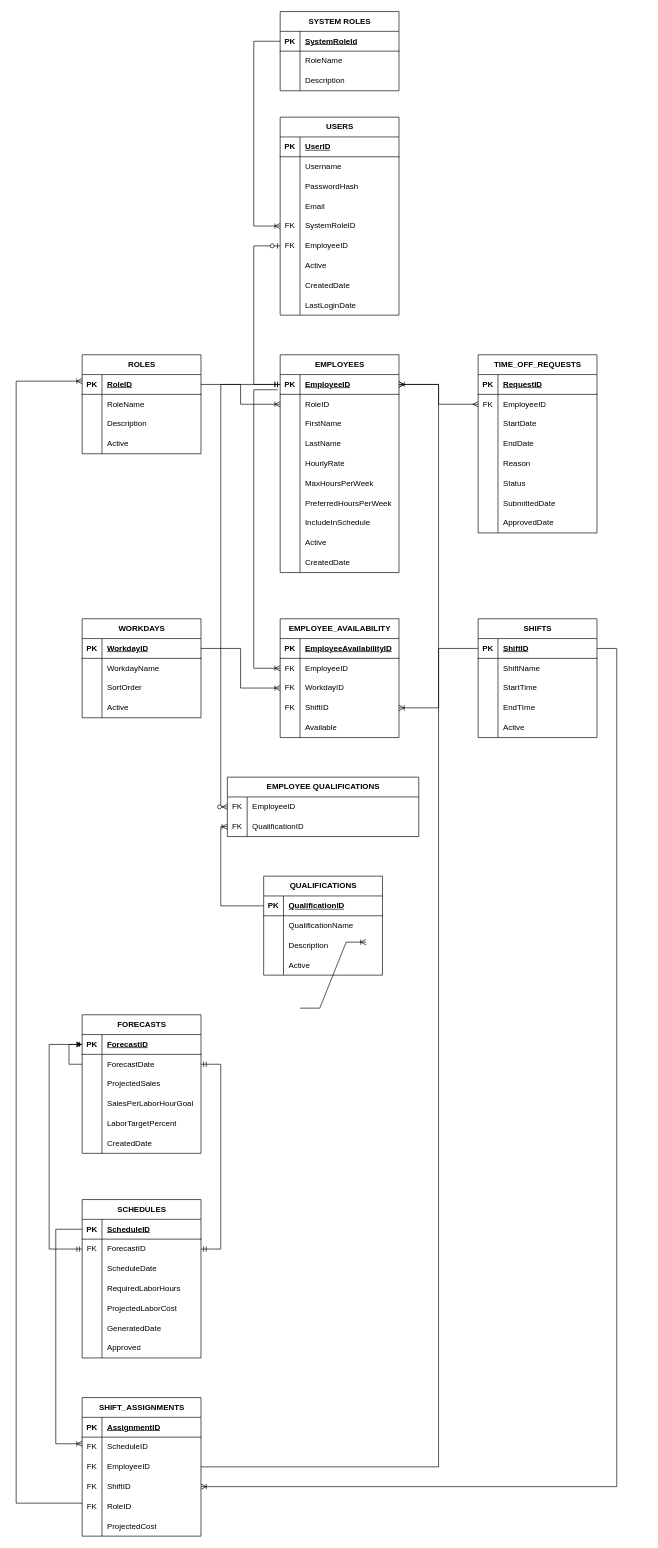
This is WorkforceIQ_ERD_draft.drawio from mdavis1259/WorkforceIQ, a draw.io file, before an edit. Source tidied: cells renumbered, new cells numbered last; positions are measured from the earlier drawing's top-left corner, leaving out a move shared by most shapes. Both pictures are drawn from the tidied source at 66%, with x=0, y=0 at pixel (16, 11).
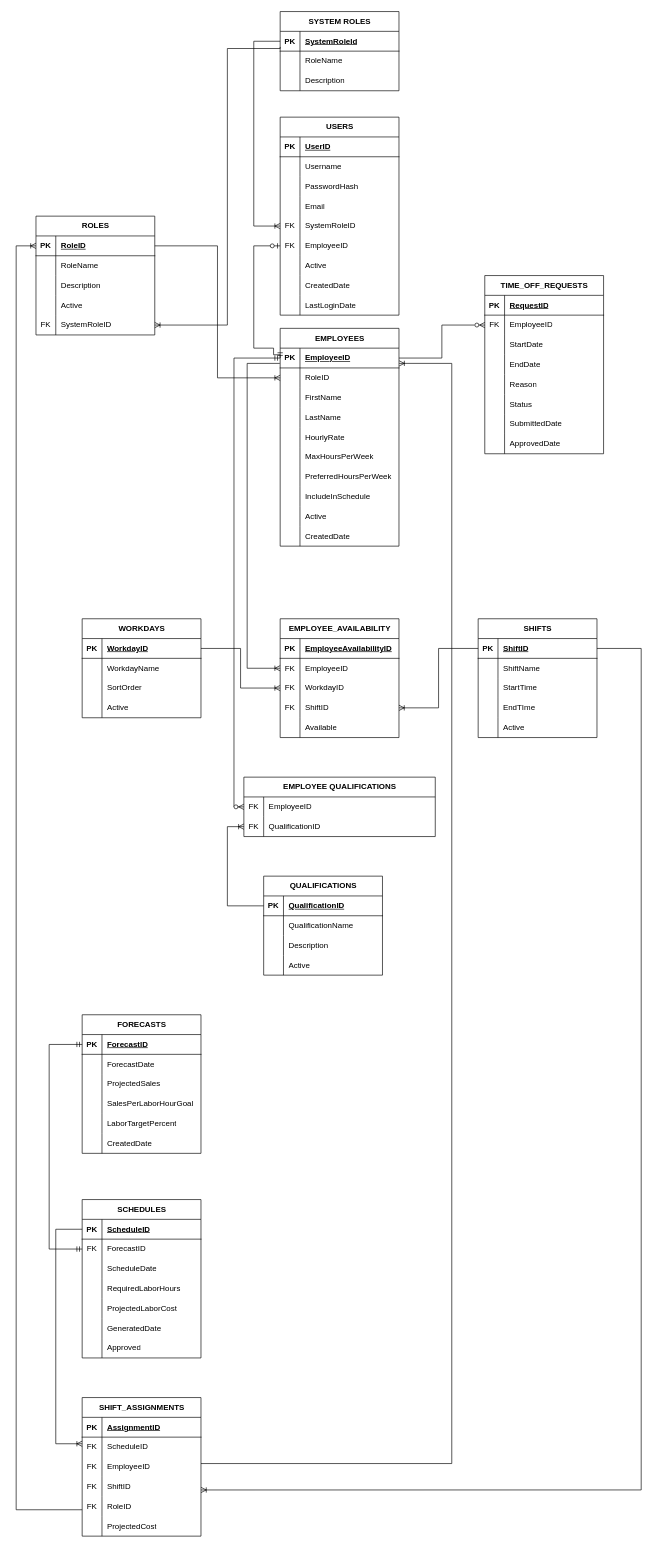
The same page after the edit.

Unchanged cells that the change refers to:
```xml
<mxCell id="3" style="shape=tableRow;horizontal=0;startSize=0;swimlaneHead=0;swimlaneBody=0;fillColor=none;points=[[0,0.5],[1,0.5]];portConstraint=eastwest;top=0;left=0;right=0;bottom=1;" parent="2" vertex="1">
  <mxGeometry y="30" width="180" height="30" as="geometry" />
</mxCell>
<mxCell id="29" style="shape=tableRow;horizontal=0;startSize=0;swimlaneHead=0;swimlaneBody=0;fillColor=none;points=[[0,0.5],[1,0.5]];portConstraint=eastwest;top=0;left=0;right=0;bottom=0;" parent="13" vertex="1">
  <mxGeometry y="180" width="180" height="30" as="geometry" />
</mxCell>
<mxCell id="42" style="shape=tableRow;horizontal=0;startSize=0;swimlaneHead=0;swimlaneBody=0;fillColor=none;points=[[0,0.5],[1,0.5]];portConstraint=eastwest;top=0;left=0;right=0;bottom=1;" parent="41" vertex="1">
  <mxGeometry y="30" width="180" height="30" as="geometry" />
</mxCell>
<mxCell id="55" style="shape=tableRow;horizontal=0;startSize=0;swimlaneHead=0;swimlaneBody=0;fillColor=none;points=[[0,0.5],[1,0.5]];portConstraint=eastwest;top=0;left=0;right=0;bottom=1;" parent="54" vertex="1">
  <mxGeometry y="30" width="180" height="30" as="geometry" />
</mxCell>
<mxCell id="89" style="shape=tableRow;horizontal=0;startSize=0;swimlaneHead=0;swimlaneBody=0;fillColor=none;points=[[0,0.5],[1,0.5]];portConstraint=eastwest;top=0;left=0;right=0;bottom=0;" parent="85" vertex="1">
  <mxGeometry y="60" width="180" height="30" as="geometry" />
</mxCell>
<mxCell id="127" style="shape=tableRow;horizontal=0;startSize=0;swimlaneHead=0;swimlaneBody=0;fillColor=none;points=[[0,0.5],[1,0.5]];portConstraint=eastwest;top=0;left=0;right=0;bottom=0;" parent="123" vertex="1">
  <mxGeometry y="60" width="180" height="30" as="geometry" />
</mxCell>
<mxCell id="140" style="shape=tableRow;horizontal=0;startSize=0;swimlaneHead=0;swimlaneBody=0;fillColor=none;points=[[0,0.5],[1,0.5]];portConstraint=eastwest;top=0;left=0;right=0;bottom=1;" parent="139" vertex="1">
  <mxGeometry y="30" width="180" height="30" as="geometry" />
</mxCell>
<mxCell id="156" style="shape=tableRow;horizontal=0;startSize=0;swimlaneHead=0;swimlaneBody=0;fillColor=none;points=[[0,0.5],[1,0.5]];portConstraint=eastwest;top=0;left=0;right=0;bottom=0;" parent="155" vertex="1">
  <mxGeometry y="30" width="290" height="30" as="geometry" />
</mxCell>
<mxCell id="159" style="shape=tableRow;horizontal=0;startSize=0;swimlaneHead=0;swimlaneBody=0;fillColor=none;points=[[0,0.5],[1,0.5]];portConstraint=eastwest;top=0;left=0;right=0;bottom=0;" parent="155" vertex="1">
  <mxGeometry y="60" width="290" height="30" as="geometry" />
</mxCell>
<mxCell id="163" style="shape=tableRow;horizontal=0;startSize=0;swimlaneHead=0;swimlaneBody=0;fillColor=none;points=[[0,0.5],[1,0.5]];portConstraint=eastwest;top=0;left=0;right=0;bottom=1;" parent="162" vertex="1">
  <mxGeometry y="30" width="180" height="30" as="geometry" />
</mxCell>
<mxCell id="176" style="shape=tableRow;horizontal=0;startSize=0;swimlaneHead=0;swimlaneBody=0;fillColor=none;points=[[0,0.5],[1,0.5]];portConstraint=eastwest;top=0;left=0;right=0;bottom=1;" parent="175" vertex="1">
  <mxGeometry y="30" width="180" height="30" as="geometry" />
</mxCell>
<mxCell id="179" style="shape=tableRow;horizontal=0;startSize=0;swimlaneHead=0;swimlaneBody=0;fillColor=none;points=[[0,0.5],[1,0.5]];portConstraint=eastwest;top=0;left=0;right=0;bottom=0;" parent="175" vertex="1">
  <mxGeometry y="60" width="180" height="30" as="geometry" />
</mxCell>
<mxCell id="198" style="shape=tableRow;horizontal=0;startSize=0;swimlaneHead=0;swimlaneBody=0;fillColor=none;points=[[0,0.5],[1,0.5]];portConstraint=eastwest;top=0;left=0;right=0;bottom=0;" parent="194" vertex="1">
  <mxGeometry y="60" width="180" height="30" as="geometry" />
</mxCell>
<mxCell id="223" style="shape=tableRow;horizontal=0;startSize=0;swimlaneHead=0;swimlaneBody=0;fillColor=none;points=[[0,0.5],[1,0.5]];portConstraint=eastwest;top=0;left=0;right=0;bottom=0;" parent="216" vertex="1">
  <mxGeometry y="90" width="180" height="30" as="geometry" />
</mxCell>
<mxCell id="226" style="shape=tableRow;horizontal=0;startSize=0;swimlaneHead=0;swimlaneBody=0;fillColor=none;points=[[0,0.5],[1,0.5]];portConstraint=eastwest;top=0;left=0;right=0;bottom=0;" parent="216" vertex="1">
  <mxGeometry y="120" width="180" height="30" as="geometry" />
</mxCell>
```

Diff of the diagram source:
```diff
@@
-    <mxCell id="12" style="edgeStyle=orthogonalEdgeStyle;rounded=0;jettySize=auto;html=1;entryX=0;entryY=0.5;entryDx=0;entryDy=0;defaultLabelBackgroundColor=page;" parent="1" edge="1" source="179" target="176">
-      <mxGeometry relative="1" as="geometry" />
-    </mxCell>
@@
     <mxCell id="41" value="ROLES" style="shape=table;startSize=30;childLayout=tableLayout;rowLines=0;fontStyle=1;align=center;html=1;" parent="1" vertex="1">
-      <mxGeometry x="100" y="520" width="180" height="150" as="geometry" />
+      <mxGeometry x="30" y="310" width="180" height="180" as="geometry" />
     </mxCell>
@@
+    <mxCell id="251" style="shape=tableRow;horizontal=0;startSize=0;swimlaneHead=0;swimlaneBody=0;fillColor=none;points=[[0,0.5],[1,0.5]];portConstraint=eastwest;top=0;left=0;right=0;bottom=0;" parent="41" vertex="1">
+      <mxGeometry y="150" width="180" height="30" as="geometry" />
+    </mxCell>
+    <mxCell id="252" value="FK" style="shape=partialRectangle;fillColor=none;top=0;left=0;bottom=0;right=0;overflow=hidden;whiteSpace=wrap;html=1;" parent="251" vertex="1">
+      <mxGeometry width="30" height="30" as="geometry" />
+    </mxCell>
+    <mxCell id="253" value="SystemRoleID" style="shape=partialRectangle;fillColor=none;top=0;left=0;bottom=0;right=0;align=left;spacingLeft=6;overflow=hidden;whiteSpace=wrap;html=1;" parent="251" vertex="1">
+      <mxGeometry x="30" width="150" height="30" as="geometry" />
+    </mxCell>
     <mxCell id="54" value="EMPLOYEES" style="shape=table;startSize=30;childLayout=tableLayout;rowLines=0;fontStyle=1;align=center;html=1;" parent="1" vertex="1">
-      <mxGeometry x="400" y="520" width="180" height="330" as="geometry" />
+      <mxGeometry x="400" y="480" width="180" height="330" as="geometry" />
     </mxCell>
@@
     <mxCell id="85" value="TIME_OFF_REQUESTS" style="shape=table;startSize=30;childLayout=tableLayout;rowLines=0;fontStyle=1;align=center;html=1;" parent="1" vertex="1">
-      <mxGeometry x="700" y="520" width="180" height="270" as="geometry" />
+      <mxGeometry x="710" y="400" width="180" height="270" as="geometry" />
     </mxCell>
@@
     <mxCell id="155" value="EMPLOYEE QUALIFICATIONS" style="shape=table;startSize=30;childLayout=tableLayout;rowLines=0;fontStyle=1;align=center;html=1;" parent="1" vertex="1">
-      <mxGeometry x="320" y="1160" width="290" height="90" as="geometry" />
+      <mxGeometry x="345" y="1160" width="290" height="90" as="geometry" />
     </mxCell>
@@
-    <mxCell id="235" style="edgeStyle=entityRelationEdgeStyle;fontSize=12;html=1;endArrow=ERmandOne;startArrow=ERmandOne;rounded=0;defaultLabelBackgroundColor=page;entryX=1;entryY=0.5;entryDx=0;entryDy=0;exitX=1;exitY=0.5;exitDx=0;exitDy=0;" parent="1" edge="1" source="198" target="179">
-      <mxGeometry relative="1" as="geometry" />
-    </mxCell>
@@
-    <mxCell id="237" style="edgeStyle=orthogonalEdgeStyle;fontSize=12;html=1;endArrow=ERoneToMany;rounded=0;defaultLabelBackgroundColor=page;entryX=0;entryY=0.5;entryDx=0;entryDy=0;exitX=0;exitY=0.5;exitDx=0;exitDy=0;" parent="1" edge="1">
+    <mxCell id="237" style="edgeStyle=orthogonalEdgeStyle;fontSize=12;html=1;endArrow=ERoneToMany;rounded=0;defaultLabelBackgroundColor=page;entryX=0;entryY=0.5;entryDx=0;entryDy=0;" parent="1" edge="1" target="42">
       <mxGeometry relative="1" as="geometry">
-        <mxPoint x="100" y="2260" as="sourcePoint" />
-        <mxPoint x="100" y="560" as="targetPoint" />
+        <mxPoint x="100" y="2270" as="sourcePoint" />
         <Array as="points">
-          <mxPoint y="2260" />
-          <mxPoint y="560" />
+          <mxPoint x="100" y="2270" />
+          <mxPoint y="2270" />
+          <mxPoint y="355" />
         </Array>
       </mxGeometry>
     </mxCell>
     <mxCell id="238" style="edgeStyle=orthogonalEdgeStyle;fontSize=12;html=1;endArrow=ERoneToMany;rounded=0;defaultLabelBackgroundColor=page;exitX=0;exitY=0.5;exitDx=0;exitDy=0;entryX=0;entryY=0.5;entryDx=0;entryDy=0;" parent="1" edge="1" source="163" target="159">
-      <mxGeometry relative="1" as="geometry" />
+      <mxGeometry relative="1" as="geometry">
+        <Array as="points">
+          <mxPoint x="320" y="1355" />
+          <mxPoint x="320" y="1235" />
+        </Array>
+      </mxGeometry>
     </mxCell>
     <mxCell id="239" style="edgeStyle=orthogonalEdgeStyle;fontSize=12;html=1;endArrow=ERzeroToMany;startArrow=ERmandOne;rounded=0;defaultLabelBackgroundColor=page;exitX=0;exitY=0.5;exitDx=0;exitDy=0;entryX=0;entryY=0.5;entryDx=0;entryDy=0;" parent="1" edge="1" source="55" target="156">
-      <mxGeometry relative="1" as="geometry" />
+      <mxGeometry relative="1" as="geometry">
+        <Array as="points">
+          <mxPoint x="330" y="525" />
+          <mxPoint x="330" y="1205" />
+        </Array>
+      </mxGeometry>
     </mxCell>
@@
-    <mxCell id="241" style="edgeStyle=orthogonalEdgeStyle;fontSize=12;html=1;endArrow=ERoneToMany;rounded=0;defaultLabelBackgroundColor=page;entryX=0;entryY=0.5;entryDx=0;entryDy=0;exitX=-0.022;exitY=0.767;exitDx=0;exitDy=0;exitPerimeter=0;" parent="1" edge="1" source="55" target="127">
+    <mxCell id="241" style="edgeStyle=orthogonalEdgeStyle;fontSize=12;html=1;endArrow=ERoneToMany;rounded=0;defaultLabelBackgroundColor=page;entryX=0;entryY=0.5;entryDx=0;entryDy=0;exitX=-0.003;exitY=0.77;exitDx=0;exitDy=0;exitPerimeter=0;" parent="1" edge="1" source="55" target="127">
       <mxGeometry relative="1" as="geometry">
         <Array as="points">
-          <mxPoint x="360" y="573" />
-          <mxPoint x="360" y="995" />
+          <mxPoint x="350" y="533" />
+          <mxPoint x="350" y="995" />
         </Array>
       </mxGeometry>
     </mxCell>
@@
-    <mxCell id="243" style="edgeStyle=orthogonalEdgeStyle;fontSize=12;html=1;endArrow=ERmany;startArrow=ERmany;rounded=0;defaultLabelBackgroundColor=page;exitX=1;exitY=0.5;exitDx=0;exitDy=0;entryX=0;entryY=0.5;entryDx=0;entryDy=0;" parent="1" edge="1" source="55" target="89">
+    <mxCell id="243" style="edgeStyle=orthogonalEdgeStyle;fontSize=12;html=1;endArrow=ERzeroToMany;startArrow=none;rounded=0;defaultLabelBackgroundColor=page;exitX=1;exitY=0.5;exitDx=0;exitDy=0;entryX=0;entryY=0.5;entryDx=0;entryDy=0;startFill=0;endFill=0;" parent="1" edge="1" source="55" target="89">
       <mxGeometry x="0.22" relative="1" as="geometry" />
     </mxCell>
@@
     <mxCell id="245" style="edgeStyle=orthogonalEdgeStyle;fontSize=12;html=1;endArrow=ERzeroToOne;startArrow=ERmandOne;rounded=0;defaultLabelBackgroundColor=page;entryX=0;entryY=0.5;entryDx=0;entryDy=0;exitX=0;exitY=0.5;exitDx=0;exitDy=0;" parent="1" edge="1" source="55" target="29">
       <mxGeometry relative="1" as="geometry">
         <Array as="points">
-          <mxPoint x="360" y="565" />
+          <mxPoint x="400" y="520" />
+          <mxPoint x="390" y="520" />
+          <mxPoint x="390" y="510" />
+          <mxPoint x="360" y="510" />
           <mxPoint x="360" y="355" />
         </Array>
       </mxGeometry>
     </mxCell>
-    <mxCell id="246" style="edgeStyle=orthogonalEdgeStyle;fontSize=12;html=1;endArrow=ERoneToMany;rounded=0;defaultLabelBackgroundColor=page;exitX=1;exitY=0.5;exitDx=0;exitDy=0;entryX=1;entryY=0.5;entryDx=0;entryDy=0;" parent="1" edge="1" source="140" target="226">
+    <mxCell id="246" style="edgeStyle=orthogonalEdgeStyle;fontSize=12;html=1;endArrow=ERoneToMany;rounded=0;defaultLabelBackgroundColor=page;exitX=1;exitY=0.5;exitDx=0;exitDy=0;entryX=1;entryY=0.667;entryDx=0;entryDy=0;entryPerimeter=0;" parent="1" edge="1" source="140" target="226">
       <mxGeometry relative="1" as="geometry">
         <Array as="points">
-          <mxPoint x="910" y="965" />
-          <mxPoint x="910" y="2235" />
+          <mxPoint x="947" y="965" />
+          <mxPoint x="947" y="2240" />
         </Array>
       </mxGeometry>
     </mxCell>
-    <mxCell id="247" style="edgeStyle=orthogonalEdgeStyle;fontSize=12;html=1;endArrow=ERoneToMany;rounded=0;defaultLabelBackgroundColor=page;exitX=1;exitY=0.5;exitDx=0;exitDy=0;entryX=1;entryY=0.5;entryDx=0;entryDy=0;" parent="1" edge="1" source="223" target="55">
+    <mxCell id="247" style="edgeStyle=orthogonalEdgeStyle;fontSize=12;html=1;endArrow=ERoneToMany;rounded=0;defaultLabelBackgroundColor=page;entryX=1.001;entryY=0.769;entryDx=0;entryDy=0;entryPerimeter=0;" parent="1" edge="1" target="55">
       <mxGeometry x="0.77" relative="1" as="geometry">
+        <mxPoint x="280" y="2200" as="sourcePoint" />
         <Array as="points">
-          <mxPoint x="640" y="2205" />
-          <mxPoint x="640" y="565" />
+          <mxPoint x="660" y="2200" />
+          <mxPoint x="660" y="533" />
         </Array>
       </mxGeometry>
     </mxCell>
-    <mxCell id="248" style="edgeStyle=entityRelationEdgeStyle;fontSize=12;html=1;endArrow=ERoneToMany;rounded=0;defaultLabelBackgroundColor=page;" parent="1" edge="1">
-      <mxGeometry relative="1" as="geometry">
-        <mxPoint x="430" y="1510" as="sourcePoint" />
-        <mxPoint x="530" y="1410" as="targetPoint" />
-      </mxGeometry>
-    </mxCell>
@@
+    <mxCell id="254" style="edgeStyle=orthogonalEdgeStyle;fontSize=12;html=1;endArrow=ERoneToMany;rounded=0;entryX=1;entryY=0.5;entryDx=0;entryDy=0;exitX=0;exitY=0.788;exitDx=0;exitDy=0;exitPerimeter=0;" parent="1" edge="1" source="3" target="251">
+      <mxGeometry relative="1" as="geometry">
+        <Array as="points">
+          <mxPoint x="400" y="56" />
+          <mxPoint x="320" y="56" />
+          <mxPoint x="320" y="475" />
+        </Array>
+      </mxGeometry>
+    </mxCell>
```
